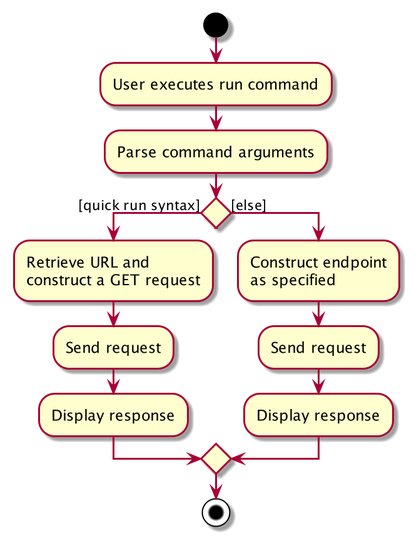
Earlier version of the PlantUML export docs/images/RunActivityDiagram.png (nus-cs2103-AY2021S2/tp). Source of this version:
```plantuml
@startuml
start
:User executes run command;
:Parse command arguments;

if () then ([quick run syntax])
    :Retrieve URL and
    construct a GET request;
    :Send request;
    :Display response;
else ([else])
    :Construct endpoint
    as specified;
    :Send request;
    :Display response;
endif
stop
@enduml
```
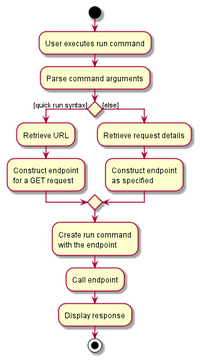
After the change.

Commit message:
Update run diagrams

Diff of the diagram source:
```diff
@@ -4,15 +4,18 @@
 :Parse command arguments;
 
 if () then ([quick run syntax])
-    :Retrieve URL and
-    construct a GET request;
-    :Send request;
-    :Display response;
+    :Retrieve URL;
+    :Construct endpoint
+    for a GET request;
 else ([else])
+    :Retrieve request details;
     :Construct endpoint
     as specified;
-    :Send request;
-    :Display response;
 endif
+:Create run command
+with the endpoint;
+:Call endpoint;
+:Display response;
+
 stop
 @enduml
```
